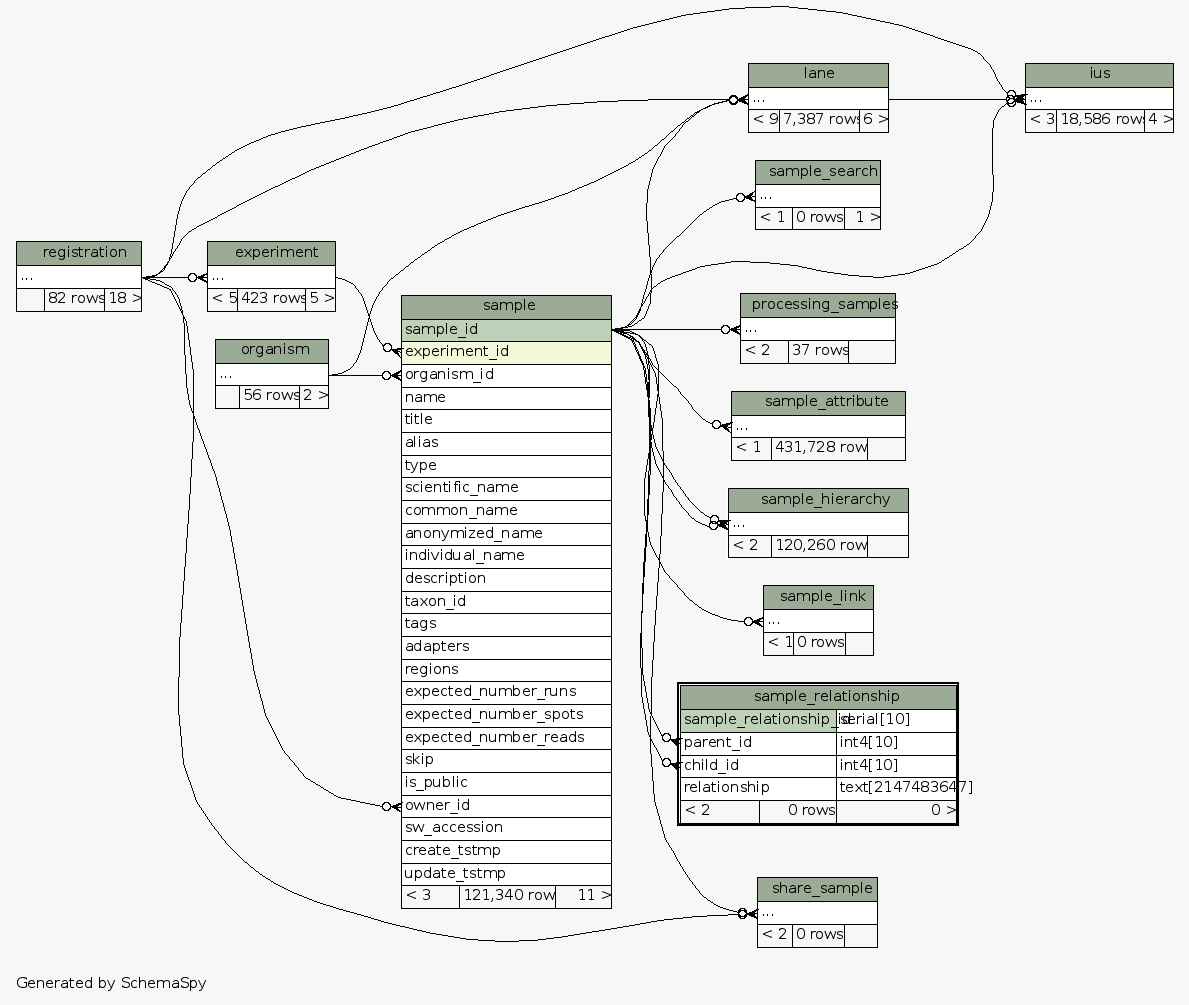
SeqWare/seqware.github.com keeps this Graphviz diagram as metadb-schema/diagrams/sample_relationship.2degrees.png. Above is the earlier version. Its source is kept beside it as metadb-schema/diagrams/sample_relationship.2degrees.dot.
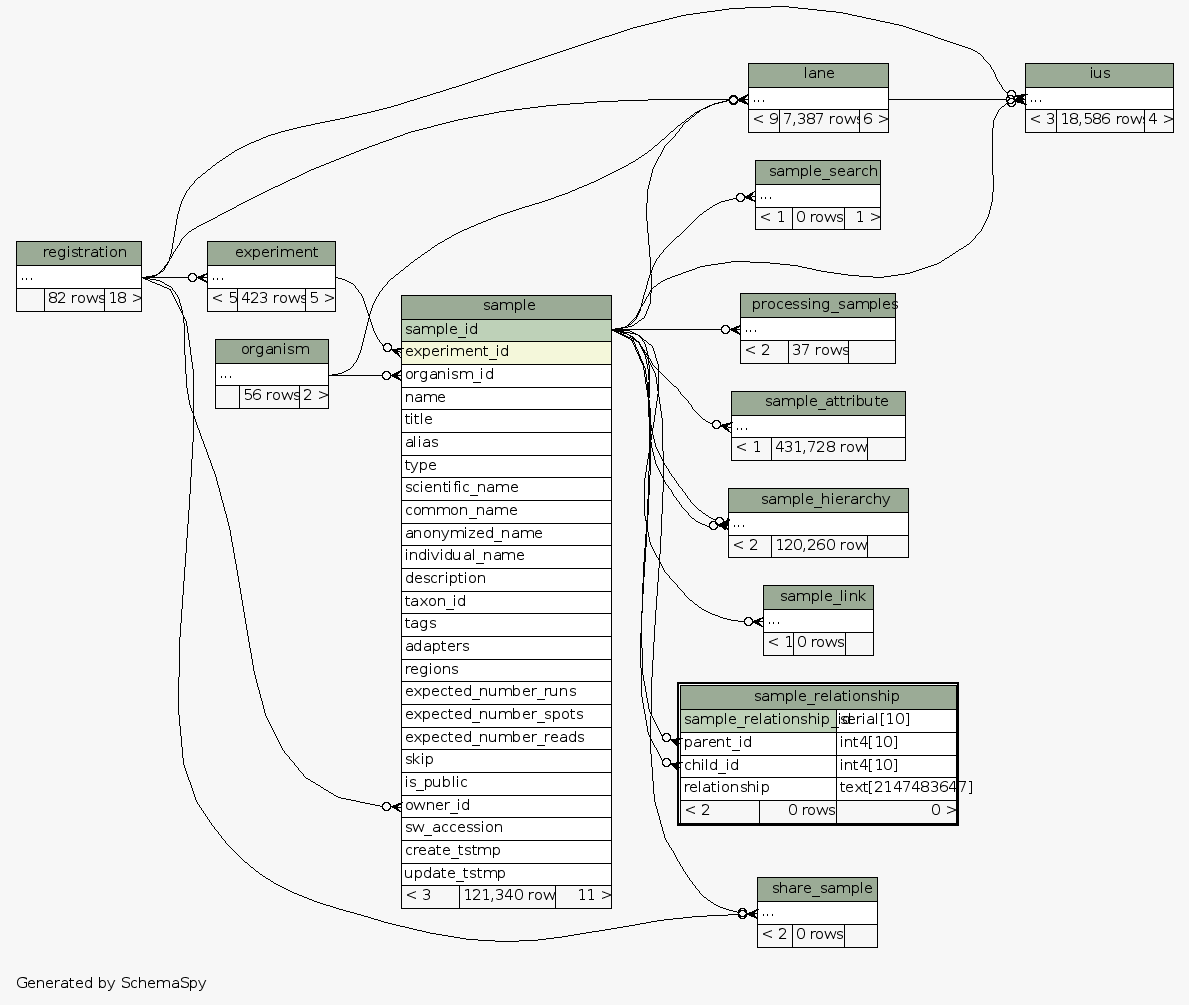
Later version of the same file.

What changed in the source:
```diff
@@ -30,7 +30,7 @@
   "sample":"owner_id":w -> "registration":"elipses":e [arrowhead=none dir=back arrowtail=crowodot];
   "sample_attribute":"elipses":w -> "sample":"sample_id":e [arrowhead=none dir=back arrowtail=crowodot];
   "sample_hierarchy":"elipses":w -> "sample":"sample_id":e [arrowhead=none dir=back arrowtail=crowodot];
-  "sample_hierarchy":"elipses":w -> "sample":"sample_id":e [arrowhead=none dir=back arrowtail=crowodot];
+  "sample_hierarchy":"elipses":w -> "sample":"sample_id":e [arrowhead=none dir=back arrowtail=teeodot];
   "sample_link":"elipses":w -> "sample":"sample_id":e [arrowhead=none dir=back arrowtail=crowodot];
   "sample_relationship":"child_id":w -> "sample":"sample_id":e [arrowhead=none dir=back arrowtail=crowodot];
   "sample_relationship":"parent_id":w -> "sample":"sample_id":e [arrowhead=none dir=back arrowtail=crowodot];
```
